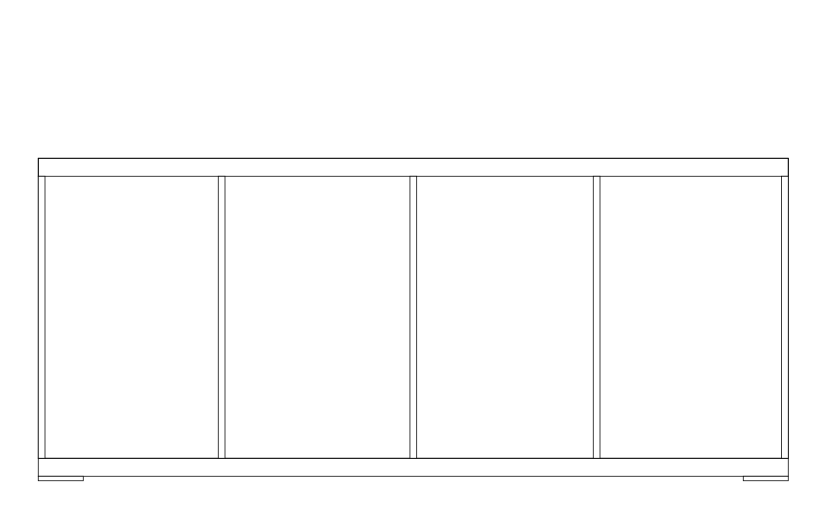
Above: Öland - Farvaringsbod.drawio in ropaolle/sources (draw.io), before the change. Source tidied: cells renumbered, new cells numbered last; positions are measured from the earlier drawing's top-left corner, leaving out a move shared by most shapes. Both pictures are drawn from the tidied source at 150%, with x=0, y=0 at pixel (38, 158).
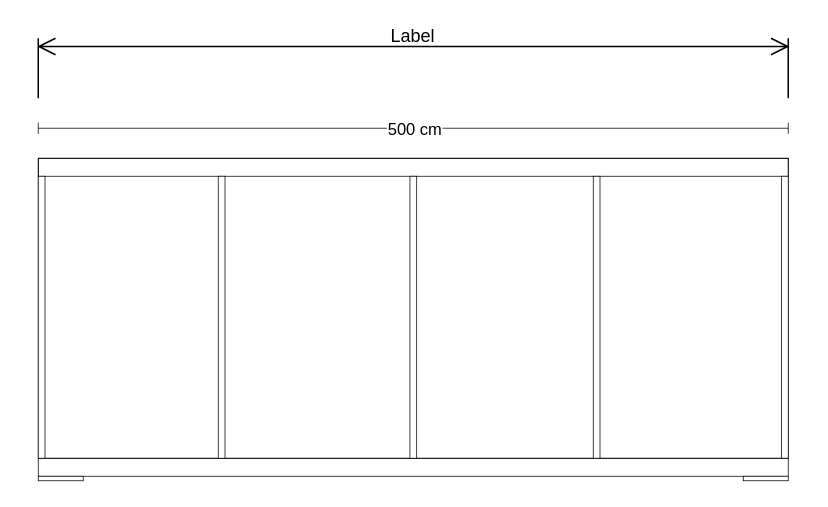
The same diagram, later.

Change to the diagram source:
```diff
@@
 <mxGraphModel>
   <root>
     <mxCell id="0" />
     <mxCell id="1" parent="0" />
     <mxCell id="2" style="rounded=0;whiteSpace=wrap;html=1;fillColor=none;strokeWidth=0.5;" parent="1" vertex="1">
       <mxGeometry width="500" height="200" as="geometry" />
     </mxCell>
     <mxCell id="3" style="rounded=0;whiteSpace=wrap;html=1;fillColor=none;strokeWidth=0.5;" parent="1" vertex="1">
       <mxGeometry y="200" width="500" height="12" as="geometry" />
     </mxCell>
     <mxCell id="4" style="rounded=0;whiteSpace=wrap;html=1;strokeWidth=0.5;" parent="1" vertex="1">
       <mxGeometry y="212" width="30" height="3" as="geometry" />
     </mxCell>
     <mxCell id="5" style="rounded=0;whiteSpace=wrap;html=1;strokeWidth=0.5;" parent="1" vertex="1">
       <mxGeometry x="470" y="212" width="30" height="3" as="geometry" />
     </mxCell>
     <mxCell id="6" style="rounded=0;whiteSpace=wrap;html=1;fillColor=none;strokeWidth=0.5;" parent="1" vertex="1">
       <mxGeometry width="500" height="12" as="geometry" />
     </mxCell>
     <mxCell id="7" style="rounded=0;whiteSpace=wrap;html=1;strokeWidth=0.5;" parent="1" vertex="1">
       <mxGeometry y="12" width="4.5" height="188" as="geometry" />
     </mxCell>
     <mxCell id="8" style="rounded=0;whiteSpace=wrap;html=1;strokeWidth=0.5;" parent="1" vertex="1">
       <mxGeometry x="495.5" y="12" width="4.5" height="188" as="geometry" />
     </mxCell>
     <mxCell id="9" style="rounded=0;whiteSpace=wrap;html=1;strokeWidth=0.5;" parent="1" vertex="1">
       <mxGeometry x="120" y="12" width="4.5" height="188" as="geometry" />
     </mxCell>
     <mxCell id="10" style="rounded=0;whiteSpace=wrap;html=1;strokeWidth=0.5;" parent="1" vertex="1">
       <mxGeometry x="247.8" y="12" width="4.5" height="188" as="geometry" />
     </mxCell>
     <mxCell id="11" style="rounded=0;whiteSpace=wrap;html=1;strokeWidth=0.5;" parent="1" vertex="1">
       <mxGeometry x="370" y="12" width="4.5" height="188" as="geometry" />
     </mxCell>
+    <mxCell id="12" style="endArrow=baseDash;html=1;rounded=0;endFill=0;startArrow=baseDash;startFill=0;strokeWidth=0.5;" parent="1" edge="1">
+      <mxGeometry relative="1" as="geometry">
+        <mxPoint y="-20" as="sourcePoint" />
+        <mxPoint x="500" y="-20" as="targetPoint" />
+      </mxGeometry>
+    </mxCell>
+    <mxCell id="13" value="500 cm" style="edgeLabel;html=1;align=center;verticalAlign=middle;" parent="12" vertex="1">
+      <mxGeometry relative="1" as="geometry" />
+    </mxCell>
+    <mxCell id="14" value="Label" style="shape=dimension;direction=west;whiteSpace=wrap;html=1;align=center;verticalAlign=top;spacingTop=-15;labelBackgroundColor=none;" parent="1" vertex="1">
+      <mxGeometry y="-80" width="500" height="40" as="geometry" />
+    </mxCell>
   </root>
 </mxGraphModel>
```
